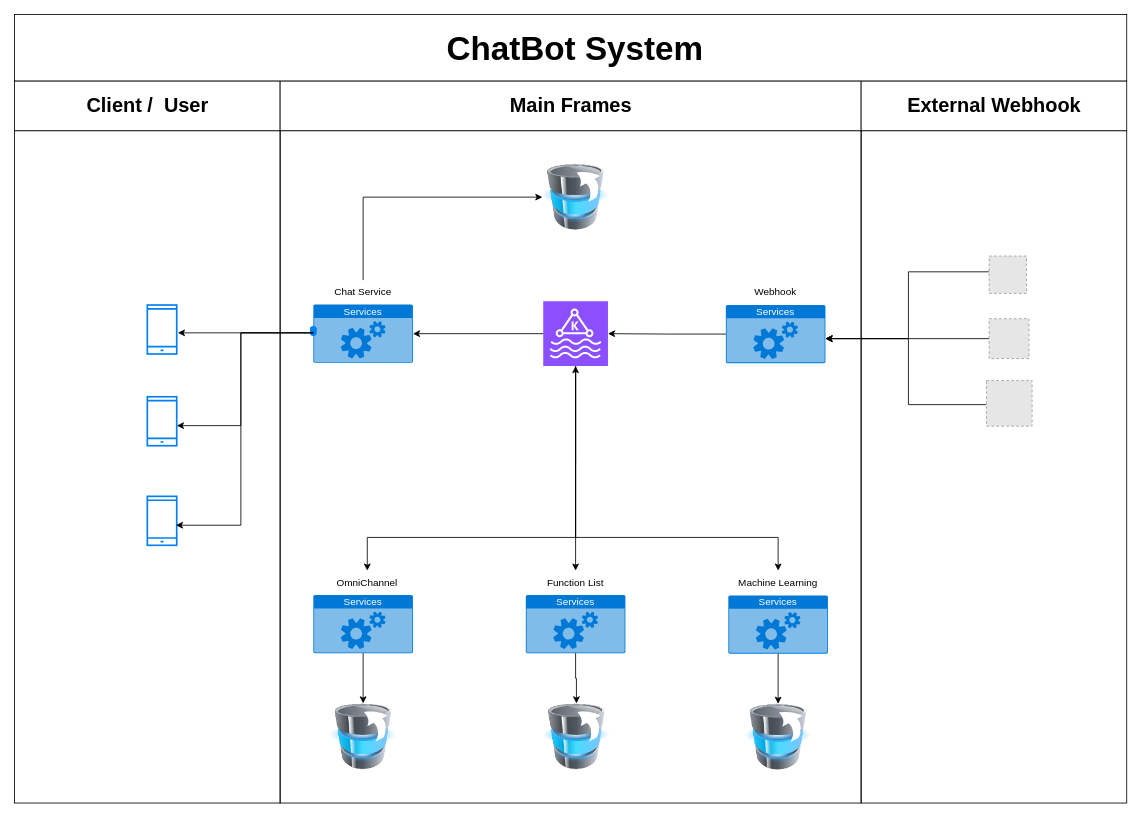
Earlier version of the draw.io diagram chat system.drawio (uroeMalam/draw.io). Source tidied: cells renumbered, new cells numbered last; positions are measured from the earlier drawing's top-left corner, leaving out a move shared by most shapes. Both pictures are drawn from the tidied source at 83%, with x=0, y=0 at pixel (14, 14). Pictures stored in the file or linked from it are replaced by grey dashed boxes.
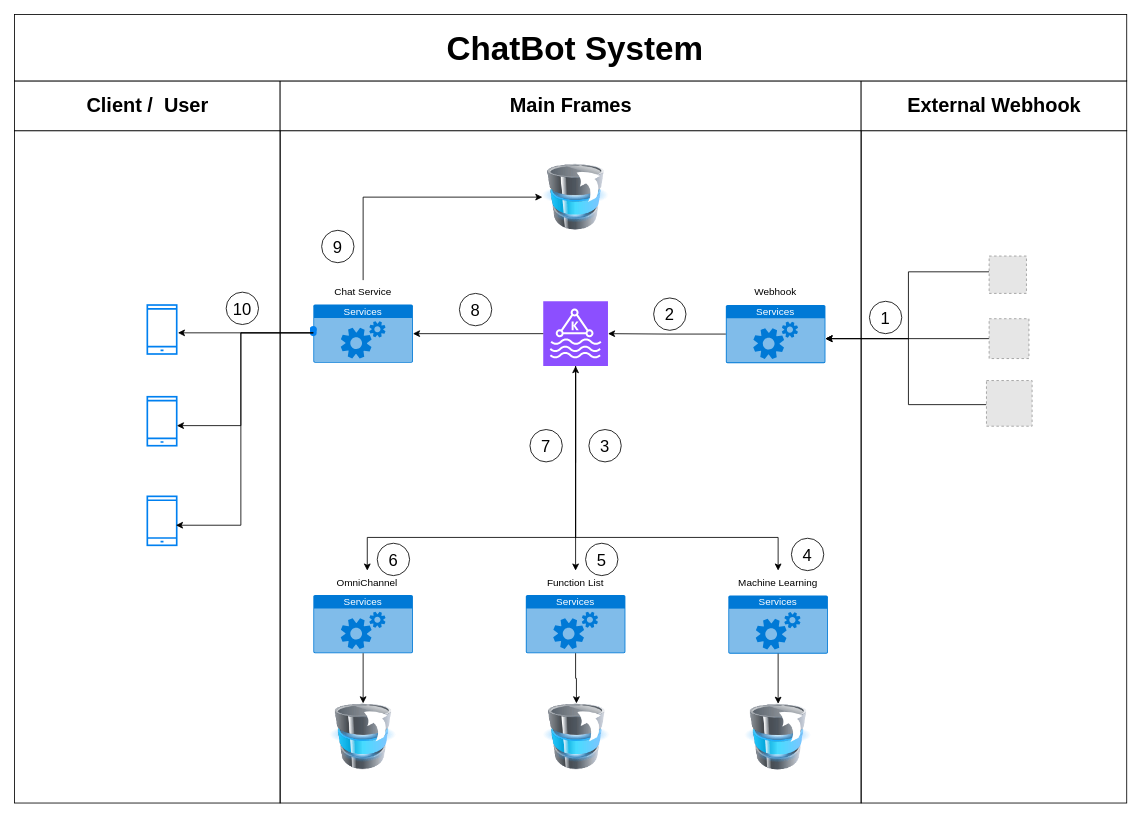
The same page after the edit.

What changed in the source:
```diff
@@
+    <mxCell id="53" value="&lt;font style=&quot;font-size: 20px;&quot;&gt;1&lt;/font&gt;" style="ellipse;whiteSpace=wrap;html=1;" parent="1" vertex="1">
+      <mxGeometry x="1030" y="345.5" width="39" height="39" as="geometry" />
+    </mxCell>
+    <mxCell id="54" value="&lt;font style=&quot;font-size: 20px;&quot;&gt;2&lt;/font&gt;" style="ellipse;whiteSpace=wrap;html=1;" parent="1" vertex="1">
+      <mxGeometry x="770" y="341.5" width="39" height="39" as="geometry" />
+    </mxCell>
+    <mxCell id="55" value="&lt;font style=&quot;font-size: 20px;&quot;&gt;3&lt;/font&gt;" style="ellipse;whiteSpace=wrap;html=1;" parent="1" vertex="1">
+      <mxGeometry x="692" y="500" width="39" height="39" as="geometry" />
+    </mxCell>
+    <mxCell id="56" value="&lt;font style=&quot;font-size: 20px;&quot;&gt;4&lt;/font&gt;" style="ellipse;whiteSpace=wrap;html=1;" parent="1" vertex="1">
+      <mxGeometry x="936" y="631" width="39" height="39" as="geometry" />
+    </mxCell>
+    <mxCell id="57" value="&lt;font style=&quot;font-size: 20px;&quot;&gt;5&lt;/font&gt;" style="ellipse;whiteSpace=wrap;html=1;" parent="1" vertex="1">
+      <mxGeometry x="688" y="637" width="39" height="39" as="geometry" />
+    </mxCell>
+    <mxCell id="58" value="&lt;font style=&quot;font-size: 20px;&quot;&gt;6&lt;br&gt;&lt;/font&gt;" style="ellipse;whiteSpace=wrap;html=1;" parent="1" vertex="1">
+      <mxGeometry x="437" y="637" width="39" height="39" as="geometry" />
+    </mxCell>
+    <mxCell id="59" value="&lt;font style=&quot;font-size: 20px;&quot;&gt;7&lt;br&gt;&lt;/font&gt;" style="ellipse;whiteSpace=wrap;html=1;" parent="1" vertex="1">
+      <mxGeometry x="621" y="500" width="39" height="39" as="geometry" />
+    </mxCell>
+    <mxCell id="60" value="&lt;font style=&quot;font-size: 20px;&quot;&gt;8&lt;br&gt;&lt;/font&gt;" style="ellipse;whiteSpace=wrap;html=1;" parent="1" vertex="1">
+      <mxGeometry x="536" y="336" width="39" height="39" as="geometry" />
+    </mxCell>
+    <mxCell id="61" value="&lt;font style=&quot;font-size: 20px;&quot;&gt;9&lt;br&gt;&lt;/font&gt;" style="ellipse;whiteSpace=wrap;html=1;" parent="1" vertex="1">
+      <mxGeometry x="370" y="260" width="39" height="39" as="geometry" />
+    </mxCell>
+    <mxCell id="62" value="&lt;font style=&quot;font-size: 20px;&quot;&gt;10&lt;br&gt;&lt;/font&gt;" style="ellipse;whiteSpace=wrap;html=1;" parent="1" vertex="1">
+      <mxGeometry x="255" y="334.5" width="39" height="39" as="geometry" />
+    </mxCell>
```
